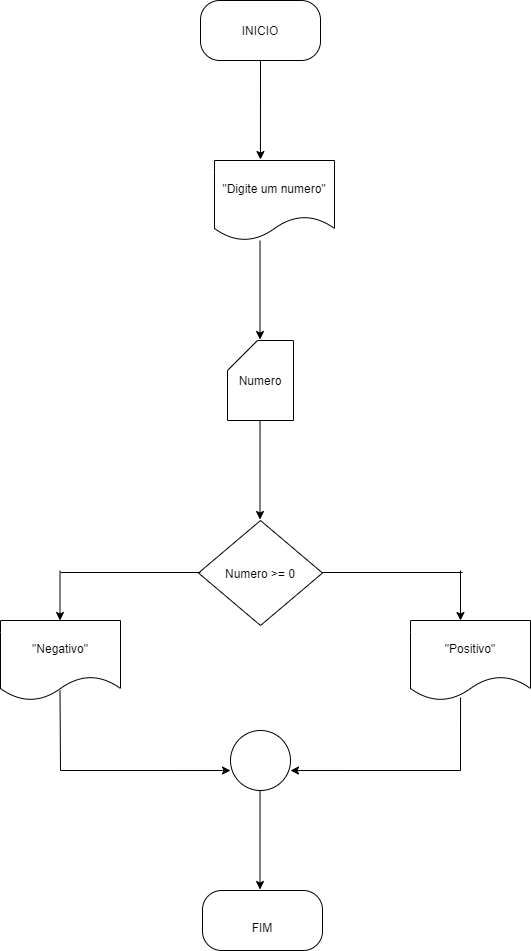
SimioniMoises/Estrutura-sequencial keeps this draw.io diagram as 12/diagrama012.drawio.png. Above is the earlier version. Source tidied: cells renumbered, new cells last; positions are measured from the earlier drawing's top-left corner, leaving out a move shared by most shapes.
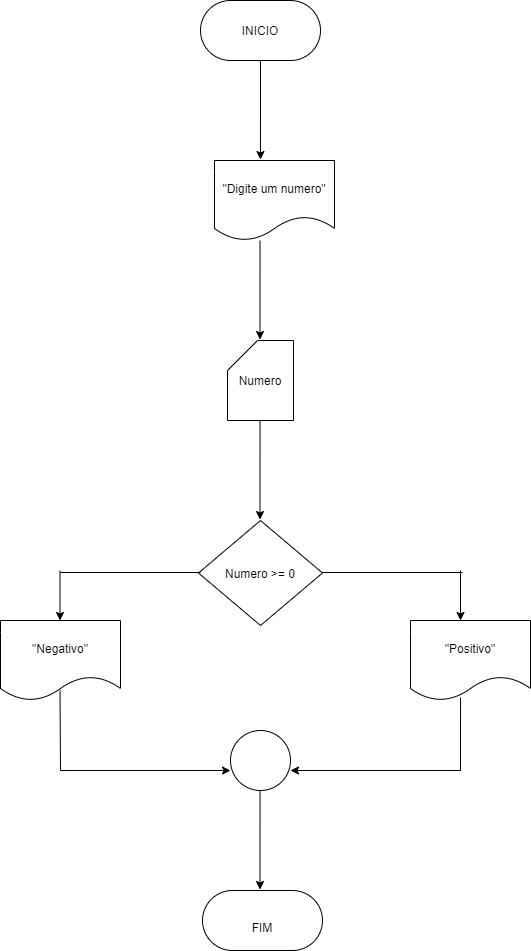
After the change.

The edit, as a diff of the source:
```diff
@@ -5,7 +5,7 @@
     <mxCell id="2" style="edgeStyle=none;html=1;entryX=0.383;entryY=-0.012;entryDx=0;entryDy=0;entryPerimeter=0;" parent="1" edge="1" source="3" target="4">
       <mxGeometry relative="1" as="geometry" />
     </mxCell>
-    <mxCell id="3" value="INICIO" style="rounded=1;whiteSpace=wrap;html=1;arcSize=32;" parent="1" vertex="1">
+    <mxCell id="3" value="INICIO" style="rounded=1;whiteSpace=wrap;html=1;arcSize=50;" parent="1" vertex="1">
       <mxGeometry x="200" width="120" height="60" as="geometry" />
     </mxCell>
     <mxCell id="4" value="&quot;Digite um numero&quot;" style="shape=document;whiteSpace=wrap;html=1;boundedLbl=1;" parent="1" vertex="1">
@@ -84,7 +84,7 @@
         <mxPoint x="460" y="770" as="sourcePoint" />
       </mxGeometry>
     </mxCell>
-    <mxCell id="20" value="&lt;br&gt;FIM" style="rounded=1;whiteSpace=wrap;html=1;arcSize=32;" parent="1" vertex="1">
+    <mxCell id="20" value="&lt;br&gt;FIM" style="rounded=1;whiteSpace=wrap;html=1;arcSize=50;" parent="1" vertex="1">
       <mxGeometry x="202" y="890" width="120" height="60" as="geometry" />
     </mxCell>
     <mxCell id="21" style="edgeStyle=none;html=1;entryX=0.383;entryY=-0.012;entryDx=0;entryDy=0;entryPerimeter=0;" parent="1" edge="1">
```
